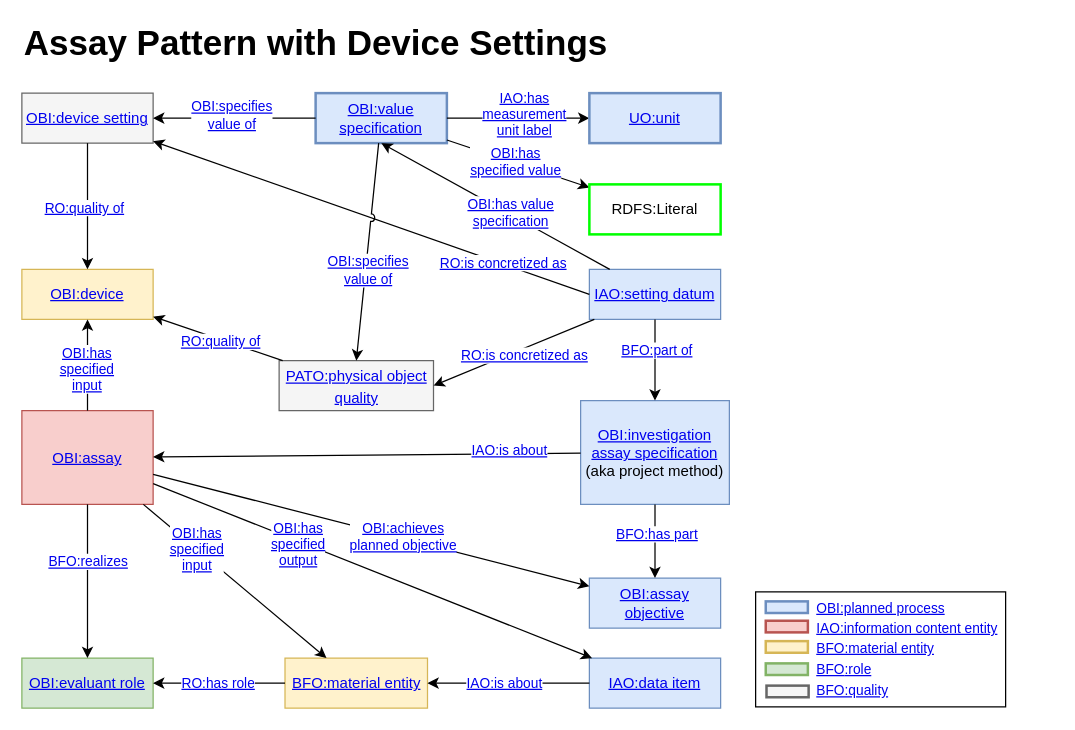
Before: page "Setting Data Pattern" (3 of 4) of docs/images/VIBSO_T-Box_graph_views.drawio in NFDI4Chem/VibrationalSpectroscopyOntology, a draw.io diagram. Source tidied: cells renumbered, new cells numbered last; positions are measured from the earlier drawing's top-left corner, leaving out a move shared by most shapes. Both pictures are drawn from the tidied source at 125%, with x=0, y=0 at pixel (21, 24).
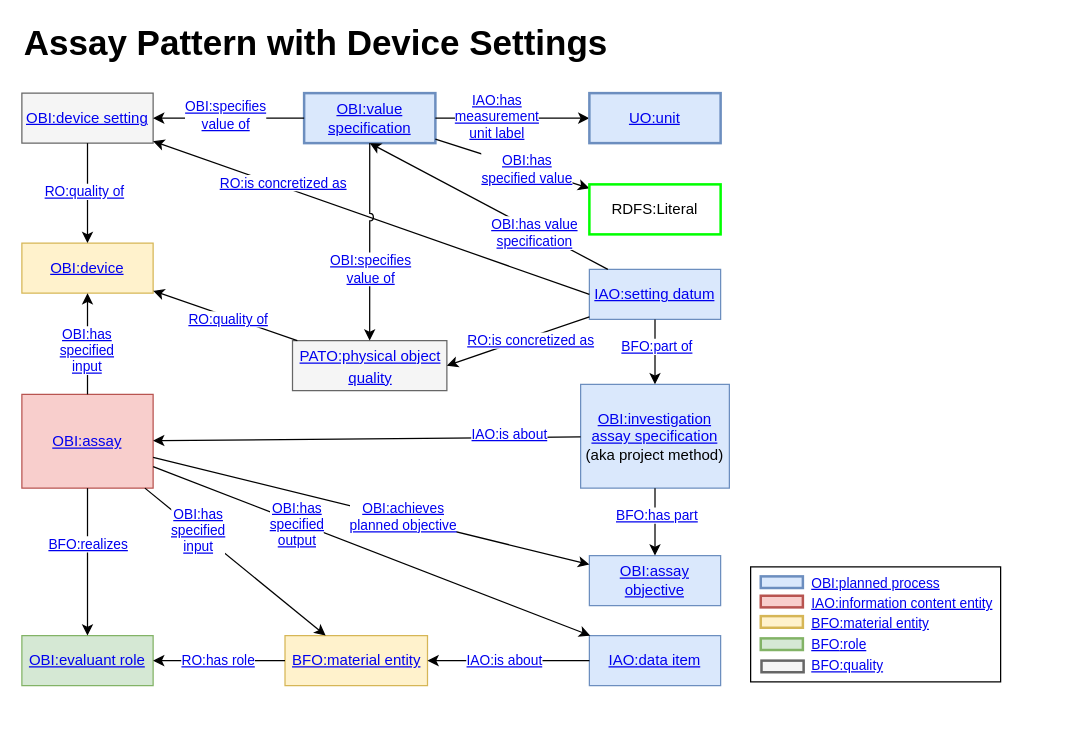
After the change.

What changed in the source:
```diff
@@
     <mxCell id="3" style="group;align=left;" parent="1" vertex="1">
-      <mxGeometry x="584" y="436" width="241" height="111" as="geometry" />
+      <mxGeometry x="580" y="416" width="241" height="111" as="geometry" />
     </mxCell>
@@
-    <mxCell id="15" style="group;" parent="1" vertex="1">
-      <mxGeometry y="55" width="566" height="492" as="geometry" />
-    </mxCell>
-    <mxCell id="16" style="edgeStyle=none;rounded=0;orthogonalLoop=1;jettySize=auto;html=1;exitX=1;exitY=0.25;exitDx=0;exitDy=0;fontSize=12;" parent="15" edge="1">
+    <mxCell id="16" style="edgeStyle=none;rounded=0;orthogonalLoop=1;jettySize=auto;html=1;exitX=1;exitY=0.25;exitDx=0;exitDy=0;fontSize=12;" parent="1" edge="1">
       <mxGeometry relative="1" as="geometry">
-        <mxPoint x="553" y="345" as="sourcePoint" />
-        <mxPoint x="553" y="345" as="targetPoint" />
+        <mxPoint x="553" y="400" as="sourcePoint" />
+        <mxPoint x="553" y="400" as="targetPoint" />
       </mxGeometry>
     </mxCell>
-    <mxCell id="17" value="&lt;a href=&quot;https://terminology.nfdi4chem.de/ts/ontologies/obi/terms?iri=http%3A%2F%2Fpurl.obolibrary.org%2Fobo%2FOBI_0000968&quot;&gt;OBI:device&lt;/a&gt;" style="rounded=0;whiteSpace=wrap;html=1;fillColor=#fff2cc;strokeColor=#d6b656;" parent="15" vertex="1">
-      <mxGeometry y="141" width="105" height="40" as="geometry" />
+    <mxCell id="17" value="&lt;a href=&quot;https://terminology.nfdi4chem.de/ts/ontologies/obi/terms?iri=http%3A%2F%2Fpurl.obolibrary.org%2Fobo%2FOBI_0000968&quot;&gt;OBI:device&lt;/a&gt;" style="rounded=0;whiteSpace=wrap;html=1;fillColor=#fff2cc;strokeColor=#d6b656;" parent="1" vertex="1">
+      <mxGeometry y="175" width="105" height="40" as="geometry" />
     </mxCell>
-    <mxCell id="18" value="&lt;a href=&quot;https://terminology.nfdi4chem.de/ts/ontologies/obi/terms?iri=http%3A%2F%2Fpurl.obolibrary.org%2Fobo%2FOBI_0000654&quot;&gt;OBI:device setting&lt;/a&gt;" style="rounded=0;whiteSpace=wrap;html=1;fillColor=#f5f5f5;strokeColor=#666666;fontColor=#333333;" parent="15" vertex="1">
-      <mxGeometry width="105" height="40" as="geometry" />
+    <mxCell id="18" value="&lt;a href=&quot;https://terminology.nfdi4chem.de/ts/ontologies/obi/terms?iri=http%3A%2F%2Fpurl.obolibrary.org%2Fobo%2FOBI_0000654&quot;&gt;OBI:device setting&lt;/a&gt;" style="rounded=0;whiteSpace=wrap;html=1;fillColor=#f5f5f5;strokeColor=#666666;fontColor=#333333;" parent="1" vertex="1">
+      <mxGeometry y="55" width="105" height="40" as="geometry" />
     </mxCell>
-    <mxCell id="19" style="rounded=0;jettySize=auto;html=1;" parent="15" edge="1" source="18" target="17">
+    <mxCell id="19" style="rounded=0;jettySize=auto;html=1;" parent="1" edge="1" source="18" target="17">
       <mxGeometry relative="1" as="geometry" />
     </mxCell>
@@
-    <mxCell id="21" value="&lt;div&gt;&lt;a href=&quot;https://terminology.nfdi4chem.de/ts/ontologies/vibso/terms?iri=http%3A%2F%2Fpurl.obolibrary.org%2Fobo%2FIAO_0000140&quot;&gt;IAO:setting datum&lt;/a&gt;&lt;br&gt;&lt;/div&gt;" style="rounded=0;whiteSpace=wrap;html=1;fillColor=#dae8fc;strokeColor=#6c8ebf;arcSize=15;glass=0;shadow=0;" parent="15" vertex="1">
-      <mxGeometry x="454" y="141" width="105" height="40" as="geometry" />
+    <mxCell id="21" value="&lt;div&gt;&lt;a href=&quot;https://terminology.nfdi4chem.de/ts/ontologies/vibso/terms?iri=http%3A%2F%2Fpurl.obolibrary.org%2Fobo%2FIAO_0000140&quot;&gt;IAO:setting datum&lt;/a&gt;&lt;br&gt;&lt;/div&gt;" style="rounded=0;whiteSpace=wrap;html=1;fillColor=#dae8fc;strokeColor=#6c8ebf;arcSize=15;glass=0;shadow=0;" parent="1" vertex="1">
+      <mxGeometry x="454" y="196" width="105" height="40" as="geometry" />
     </mxCell>
-    <mxCell id="22" value="&lt;div&gt;&lt;a href=&quot;https://terminology.nfdi4chem.de/ts/ontologies/obi/terms?iri=http%3A%2F%2Fpurl.obolibrary.org%2Fobo%2FOBI_0001896&quot;&gt;OBI:investigation&lt;/a&gt;&lt;/div&gt;&lt;div&gt;&lt;a href=&quot;https://terminology.nfdi4chem.de/ts/ontologies/obi/terms?iri=http%3A%2F%2Fpurl.obolibrary.org%2Fobo%2FOBI_0001896&quot;&gt;assay specification&lt;/a&gt;&lt;/div&gt;&lt;div&gt;(aka project method)&lt;/div&gt;" style="rounded=0;whiteSpace=wrap;html=1;fillColor=#dae8fc;strokeColor=#6c8ebf;" parent="15" vertex="1">
-      <mxGeometry x="447" y="246" width="119" height="83" as="geometry" />
+    <mxCell id="22" value="&lt;div&gt;&lt;a href=&quot;https://terminology.nfdi4chem.de/ts/ontologies/obi/terms?iri=http%3A%2F%2Fpurl.obolibrary.org%2Fobo%2FOBI_0001896&quot;&gt;OBI:investigation&lt;/a&gt;&lt;/div&gt;&lt;div&gt;&lt;a href=&quot;https://terminology.nfdi4chem.de/ts/ontologies/obi/terms?iri=http%3A%2F%2Fpurl.obolibrary.org%2Fobo%2FOBI_0001896&quot;&gt;assay specification&lt;/a&gt;&lt;/div&gt;&lt;div&gt;(aka project method)&lt;/div&gt;" style="rounded=0;whiteSpace=wrap;html=1;fillColor=#dae8fc;strokeColor=#6c8ebf;" parent="1" vertex="1">
+      <mxGeometry x="447" y="288" width="119" height="83" as="geometry" />
     </mxCell>
-    <mxCell id="23" style="edgeStyle=orthogonalEdgeStyle;rounded=0;orthogonalLoop=1;jettySize=auto;html=1;exitX=0.5;exitY=1;exitDx=0;exitDy=0;" parent="15" edge="1" source="22" target="22">
+    <mxCell id="23" style="edgeStyle=orthogonalEdgeStyle;rounded=0;orthogonalLoop=1;jettySize=auto;html=1;exitX=0.5;exitY=1;exitDx=0;exitDy=0;" parent="1" edge="1" source="22" target="22">
       <mxGeometry relative="1" as="geometry" />
     </mxCell>
-    <mxCell id="24" value="&lt;a href=&quot;https://terminology.nfdi4chem.de/ts/ontologies/pato/terms?iri=http%3A%2F%2Fpurl.obolibrary.org%2Fobo%2FPATO_0001241&quot;&gt;&lt;font style=&quot;font-size: 12px;&quot;&gt;PATO:physical object quality&lt;/font&gt;&lt;/a&gt;" style="rounded=0;whiteSpace=wrap;html=1;glass=0;fillColor=#f5f5f5;fontStyle=0;fontSize=14;shadow=0;strokeColor=#666666;strokeWidth=1;fontColor=#333333;fontFamily=Helvetica;" parent="15" vertex="1">
-      <mxGeometry x="205.8" y="214" width="123.5" height="40" as="geometry" />
+    <mxCell id="24" value="&lt;a href=&quot;https://terminology.nfdi4chem.de/ts/ontologies/pato/terms?iri=http%3A%2F%2Fpurl.obolibrary.org%2Fobo%2FPATO_0001241&quot;&gt;&lt;font style=&quot;font-size: 12px;&quot;&gt;PATO:physical object quality&lt;/font&gt;&lt;/a&gt;" style="rounded=0;whiteSpace=wrap;html=1;glass=0;fillColor=#f5f5f5;fontStyle=0;fontSize=14;shadow=0;strokeColor=#666666;strokeWidth=1;fontColor=#333333;fontFamily=Helvetica;" parent="1" vertex="1">
+      <mxGeometry x="216.5" y="253" width="123.5" height="40" as="geometry" />
     </mxCell>
-    <mxCell id="25" style="rounded=0;jettySize=auto;html=1;fontSize=14;" parent="15" edge="1" source="24" target="17">
+    <mxCell id="25" style="rounded=0;jettySize=auto;html=1;fontSize=14;" parent="1" edge="1" source="24" target="17">
       <mxGeometry relative="1" as="geometry" />
     </mxCell>
@@
-    <mxCell id="27" style="rounded=0;jettySize=auto;html=1;exitX=0;exitY=0.5;exitDx=0;exitDy=0;" parent="15" edge="1" source="21" target="18">
+    <mxCell id="27" style="rounded=0;jettySize=auto;html=1;exitX=0;exitY=0.5;exitDx=0;exitDy=0;" parent="1" edge="1" source="21" target="18">
       <mxGeometry relative="1" as="geometry" />
     </mxCell>
     <mxCell id="28" value="&lt;a href=&quot;https://terminology.nfdi4chem.de/ts/ontologies/ro/props?iri=http%3A%2F%2Fpurl.obolibrary.org%2Fobo%2FRO_0000058&quot;&gt;RO:is concretized as&lt;/a&gt;" style="edgeLabel;html=1;align=center;verticalAlign=middle;" parent="27" vertex="1">
       <mxGeometry x="0.11" y="-1" relative="1" as="geometry">
-        <mxPoint x="124" y="43" as="offset" />
+        <mxPoint x="-52" y="-21" as="offset" />
       </mxGeometry>
     </mxCell>
-    <mxCell id="29" value="&lt;a href=&quot;https://terminology.nfdi4chem.de/ts/ontologies/obi/terms?iri=http%3A%2F%2Fpurl.obolibrary.org%2Fobo%2FOBI_0001933&quot;&gt;OBI:value specification&lt;/a&gt;" style="rounded=0;whiteSpace=wrap;html=1;fontSize=12;fontFamily=Helvetica;fillColor=#dae8fc;strokeColor=#6c8ebf;strokeWidth=2;" parent="15" vertex="1">
-      <mxGeometry x="235" width="105" height="40" as="geometry" />
+    <mxCell id="29" value="&lt;a href=&quot;https://terminology.nfdi4chem.de/ts/ontologies/obi/terms?iri=http%3A%2F%2Fpurl.obolibrary.org%2Fobo%2FOBI_0001933&quot;&gt;OBI:value specification&lt;/a&gt;" style="rounded=0;whiteSpace=wrap;html=1;fontSize=12;fontFamily=Helvetica;fillColor=#dae8fc;strokeColor=#6c8ebf;strokeWidth=2;" parent="1" vertex="1">
+      <mxGeometry x="225.8" y="55" width="105" height="40" as="geometry" />
     </mxCell>
-    <mxCell id="30" style="rounded=0;jettySize=auto;html=1;jumpStyle=arc;" parent="15" edge="1" source="29" target="18">
+    <mxCell id="30" style="rounded=0;jettySize=auto;html=1;jumpStyle=arc;" parent="1" edge="1" source="29" target="18">
       <mxGeometry relative="1" as="geometry" />
     </mxCell>
@@
-    <mxCell id="32" style="rounded=0;jettySize=auto;html=1;jumpStyle=arc;fontColor=#000000;strokeColor=#000000;" parent="15" edge="1" source="29" target="34">
+    <mxCell id="32" style="rounded=0;jettySize=auto;html=1;jumpStyle=arc;fontColor=#000000;strokeColor=#000000;" parent="1" edge="1" source="29" target="34">
       <mxGeometry relative="1" as="geometry" />
     </mxCell>
     <mxCell id="33" value="&lt;div&gt;&lt;a href=&quot;https://terminology.nfdi4chem.de/ts/ontologies/iao/props?iri=http%3A%2F%2Fpurl.obolibrary.org%2Fobo%2FIAO_0000039&quot;&gt;IAO:has &lt;br&gt;measurement &lt;br&gt;&lt;/a&gt;&lt;div class=&quot;col-sm-8 col-md-9 node-metadata-value&quot;&gt;&lt;a href=&quot;https://terminology.nfdi4chem.de/ts/ontologies/iao/props?iri=http%3A%2F%2Fpurl.obolibrary.org%2Fobo%2FIAO_0000039&quot;&gt;unit label&lt;/a&gt;&lt;/div&gt;&lt;/div&gt;" style="edgeLabel;html=1;align=center;verticalAlign=middle;fontColor=#000000;" parent="32" vertex="1">
       <mxGeometry x="-0.21" y="1" relative="1" as="geometry">
-        <mxPoint x="16" y="-3" as="offset" />
+        <mxPoint y="-1" as="offset" />
       </mxGeometry>
     </mxCell>
-    <mxCell id="34" value="&lt;a href=&quot;https://terminology.nfdi4chem.de/ts/ontologies/uo/terms?iri=http%3A%2F%2Fpurl.obolibrary.org%2Fobo%2FUO_0000000&quot;&gt;UO:unit&lt;/a&gt;" style="rounded=0;whiteSpace=wrap;html=1;fontSize=12;fontFamily=Helvetica;fillColor=#dae8fc;strokeColor=#6c8ebf;strokeWidth=2;" parent="15" vertex="1">
-      <mxGeometry x="454" width="105" height="40" as="geometry" />
+    <mxCell id="34" value="&lt;a href=&quot;https://terminology.nfdi4chem.de/ts/ontologies/uo/terms?iri=http%3A%2F%2Fpurl.obolibrary.org%2Fobo%2FUO_0000000&quot;&gt;UO:unit&lt;/a&gt;" style="rounded=0;whiteSpace=wrap;html=1;fontSize=12;fontFamily=Helvetica;fillColor=#dae8fc;strokeColor=#6c8ebf;strokeWidth=2;" parent="1" vertex="1">
+      <mxGeometry x="454" y="55" width="105" height="40" as="geometry" />
     </mxCell>
-    <mxCell id="35" style="edgeStyle=none;rounded=0;jumpStyle=arc;jettySize=auto;html=1;fontSize=14;" parent="15" edge="1" source="29" target="37">
+    <mxCell id="35" style="edgeStyle=none;rounded=0;jumpStyle=arc;jettySize=auto;html=1;fontSize=14;" parent="1" edge="1" source="29" target="37">
       <mxGeometry relative="1" as="geometry" />
     </mxCell>
     <mxCell id="36" value="&lt;div style=&quot;font-size: 11px;&quot;&gt;&lt;a href=&quot;https://terminology.nfdi4chem.de/ts/ontologies/obi/props?iri=http%3A%2F%2Fpurl.obolibrary.org%2Fobo%2FOBI_0002135&quot;&gt;&lt;font style=&quot;font-size: 11px;&quot;&gt;OBI:has&lt;/font&gt;&lt;/a&gt;&lt;/div&gt;&lt;div style=&quot;font-size: 11px;&quot;&gt;&lt;a href=&quot;https://terminology.nfdi4chem.de/ts/ontologies/obi/props?iri=http%3A%2F%2Fpurl.obolibrary.org%2Fobo%2FOBI_0002135&quot;&gt;&lt;font style=&quot;font-size: 11px;&quot;&gt;specified value&lt;/font&gt;&lt;/a&gt;&lt;/div&gt;" style="edgeLabel;html=1;align=center;verticalAlign=middle;" parent="35" vertex="1">
       <mxGeometry x="-0.13" y="-1" relative="1" as="geometry">
-        <mxPoint x="5" as="offset" />
+        <mxPoint x="20" y="6" as="offset" />
       </mxGeometry>
     </mxCell>
-    <mxCell id="37" value="RDFS:Literal" style="rounded=0;whiteSpace=wrap;html=1;strokeColor=#00FF00;strokeWidth=2;fontSize=12;" parent="15" vertex="1">
-      <mxGeometry x="454" y="73" width="105" height="40" as="geometry" />
+    <mxCell id="37" value="RDFS:Literal" style="rounded=0;whiteSpace=wrap;html=1;strokeColor=#00FF00;strokeWidth=2;fontSize=12;" parent="1" vertex="1">
+      <mxGeometry x="454" y="128" width="105" height="40" as="geometry" />
     </mxCell>
-    <mxCell id="38" value="&lt;div&gt;&lt;a href=&quot;https://terminology.nfdi4chem.de/ts/ontologies/obi/terms?iri=http%3A%2F%2Fpurl.obolibrary.org%2Fobo%2FOBI_0000070&quot;&gt;OBI:assay&lt;/a&gt;&lt;/div&gt;" style="rounded=0;whiteSpace=wrap;html=1;fillColor=#f8cecc;strokeColor=#b85450;align=center;" parent="15" vertex="1">
-      <mxGeometry y="254" width="105" height="75" as="geometry" />
+    <mxCell id="38" value="&lt;div&gt;&lt;a href=&quot;https://terminology.nfdi4chem.de/ts/ontologies/obi/terms?iri=http%3A%2F%2Fpurl.obolibrary.org%2Fobo%2FOBI_0000070&quot;&gt;OBI:assay&lt;/a&gt;&lt;/div&gt;" style="rounded=0;whiteSpace=wrap;html=1;fillColor=#f8cecc;strokeColor=#b85450;align=center;" parent="1" vertex="1">
+      <mxGeometry y="296" width="105" height="75" as="geometry" />
     </mxCell>
-    <mxCell id="39" value="&lt;div&gt;&lt;div&gt;&lt;a href=&quot;https://terminology.nfdi4chem.de/ts/ontologies/vibso/terms?iri=http%3A%2F%2Fpurl.obolibrary.org%2Fobo%2FIAO_0000027&quot;&gt;IAO:data item&lt;/a&gt;&lt;/div&gt;&lt;/div&gt;" style="rounded=0;whiteSpace=wrap;html=1;fillColor=#dae8fc;strokeColor=#6c8ebf;arcSize=15;glass=0;shadow=0;" parent="15" vertex="1">
-      <mxGeometry x="454" y="452" width="105" height="40" as="geometry" />
+    <mxCell id="39" value="&lt;div&gt;&lt;div&gt;&lt;a href=&quot;https://terminology.nfdi4chem.de/ts/ontologies/vibso/terms?iri=http%3A%2F%2Fpurl.obolibrary.org%2Fobo%2FIAO_0000027&quot;&gt;IAO:data item&lt;/a&gt;&lt;/div&gt;&lt;/div&gt;" style="rounded=0;whiteSpace=wrap;html=1;fillColor=#dae8fc;strokeColor=#6c8ebf;arcSize=15;glass=0;shadow=0;" parent="1" vertex="1">
+      <mxGeometry x="454" y="489" width="105" height="40" as="geometry" />
     </mxCell>
-    <mxCell id="40" style="rounded=0;jettySize=auto;html=1;jumpStyle=arc;" parent="15" edge="1" source="38" target="39">
+    <mxCell id="40" style="rounded=0;jettySize=auto;html=1;jumpStyle=arc;" parent="1" edge="1" source="38" target="39">
       <mxGeometry relative="1" as="geometry" />
     </mxCell>
@@
-    <mxCell id="42" value="&lt;a href=&quot;https://terminology.nfdi4chem.de/ts/ontologies/bfo/terms?iri=http%3A%2F%2Fpurl.obolibrary.org%2Fobo%2FBFO_0000040&quot;&gt;BFO:material entity&lt;/a&gt;" style="rounded=0;whiteSpace=wrap;html=1;fillColor=#fff2cc;strokeColor=#d6b656;" parent="15" vertex="1">
-      <mxGeometry x="210.5" y="452" width="114" height="40" as="geometry" />
+    <mxCell id="42" value="&lt;a href=&quot;https://terminology.nfdi4chem.de/ts/ontologies/bfo/terms?iri=http%3A%2F%2Fpurl.obolibrary.org%2Fobo%2FBFO_0000040&quot;&gt;BFO:material entity&lt;/a&gt;" style="rounded=0;whiteSpace=wrap;html=1;fillColor=#fff2cc;strokeColor=#d6b656;" parent="1" vertex="1">
+      <mxGeometry x="210.5" y="489" width="114" height="40" as="geometry" />
     </mxCell>
-    <mxCell id="43" style="rounded=0;jettySize=auto;html=1;" parent="15" edge="1" source="38" target="42">
+    <mxCell id="43" style="rounded=0;jettySize=auto;html=1;" parent="1" edge="1" source="38" target="42">
       <mxGeometry relative="1" as="geometry" />
     </mxCell>
@@
-    <mxCell id="45" value="&lt;a href=&quot;https://terminology.nfdi4chem.de/ts/ontologies/obi/terms?iri=http%3A%2F%2Fpurl.obolibrary.org%2Fobo%2FOBI_0000067&quot;&gt;OBI:evaluant role&lt;/a&gt;" style="rounded=0;whiteSpace=wrap;html=1;fillColor=#d5e8d4;strokeColor=#82b366;" parent="15" vertex="1">
-      <mxGeometry y="452" width="105" height="40" as="geometry" />
+    <mxCell id="45" value="&lt;a href=&quot;https://terminology.nfdi4chem.de/ts/ontologies/obi/terms?iri=http%3A%2F%2Fpurl.obolibrary.org%2Fobo%2FOBI_0000067&quot;&gt;OBI:evaluant role&lt;/a&gt;" style="rounded=0;whiteSpace=wrap;html=1;fillColor=#d5e8d4;strokeColor=#82b366;" parent="1" vertex="1">
+      <mxGeometry y="489" width="105" height="40" as="geometry" />
     </mxCell>
-    <mxCell id="46" style="rounded=0;jettySize=auto;html=1;" parent="15" edge="1" source="42" target="45">
+    <mxCell id="46" style="rounded=0;jettySize=auto;html=1;" parent="1" edge="1" source="42" target="45">
       <mxGeometry relative="1" as="geometry" />
     </mxCell>
@@
-    <mxCell id="48" style="rounded=0;jettySize=auto;html=1;jumpStyle=arc;" parent="15" edge="1" source="38" target="45">
+    <mxCell id="48" style="rounded=0;jettySize=auto;html=1;jumpStyle=arc;" parent="1" edge="1" source="38" target="45">
       <mxGeometry relative="1" as="geometry" />
     </mxCell>
@@
-    <mxCell id="50" value="&lt;a href=&quot;https://terminology.nfdi4chem.de/ts/ontologies/obi/terms?iri=http%3A%2F%2Fpurl.obolibrary.org%2Fobo%2FOBI_0000441&quot;&gt;OBI:assay objective&lt;/a&gt;" style="rounded=0;whiteSpace=wrap;html=1;fillColor=#dae8fc;strokeColor=#6c8ebf;" parent="15" vertex="1">
-      <mxGeometry x="454" y="388" width="105" height="40" as="geometry" />
+    <mxCell id="50" value="&lt;a href=&quot;https://terminology.nfdi4chem.de/ts/ontologies/obi/terms?iri=http%3A%2F%2Fpurl.obolibrary.org%2Fobo%2FOBI_0000441&quot;&gt;OBI:assay objective&lt;/a&gt;" style="rounded=0;whiteSpace=wrap;html=1;fillColor=#dae8fc;strokeColor=#6c8ebf;" parent="1" vertex="1">
+      <mxGeometry x="454" y="425" width="105" height="40" as="geometry" />
     </mxCell>
-    <mxCell id="51" style="rounded=0;jettySize=auto;html=1;" parent="15" edge="1" source="38" target="50">
+    <mxCell id="51" style="rounded=0;jettySize=auto;html=1;" parent="1" edge="1" source="38" target="50">
       <mxGeometry relative="1" as="geometry" />
     </mxCell>
@@
-    <mxCell id="53" style="rounded=0;jettySize=auto;html=1;jumpStyle=arc;strokeColor=#000000;fontColor=#000000;" parent="15" edge="1" source="39" target="42">
+    <mxCell id="53" style="rounded=0;jettySize=auto;html=1;jumpStyle=arc;strokeColor=#000000;fontColor=#000000;" parent="1" edge="1" source="39" target="42">
       <mxGeometry relative="1" as="geometry" />
     </mxCell>
@@
-    <mxCell id="55" style="rounded=0;jettySize=auto;html=1;" parent="15" edge="1" source="38" target="17">
+    <mxCell id="55" style="rounded=0;jettySize=auto;html=1;" parent="1" edge="1" source="38" target="17">
       <mxGeometry relative="1" as="geometry" />
     </mxCell>
@@
-    <mxCell id="57" style="rounded=0;jettySize=auto;html=1;jumpStyle=arc;fontColor=#000000;strokeColor=#000000;" parent="15" edge="1" source="22" target="50">
+    <mxCell id="57" style="rounded=0;jettySize=auto;html=1;jumpStyle=arc;fontColor=#000000;strokeColor=#000000;" parent="1" edge="1" source="22" target="50">
       <mxGeometry relative="1" as="geometry" />
     </mxCell>
@@
-    <mxCell id="59" style="rounded=0;jettySize=auto;html=1;jumpStyle=arc;" parent="15" edge="1" source="22" target="38">
+    <mxCell id="59" style="rounded=0;jettySize=auto;html=1;jumpStyle=arc;" parent="1" edge="1" source="22" target="38">
       <mxGeometry relative="1" as="geometry" />
     </mxCell>
@@
-    <mxCell id="61" style="rounded=0;jettySize=auto;html=1;entryX=1;entryY=0.5;entryDx=0;entryDy=0;" parent="15" edge="1" source="21" target="24">
+    <mxCell id="61" style="rounded=0;jettySize=auto;html=1;entryX=1;entryY=0.5;entryDx=0;entryDy=0;" parent="1" edge="1" source="21" target="24">
       <mxGeometry relative="1" as="geometry" />
     </mxCell>
@@
-    <mxCell id="63" style="rounded=0;jettySize=auto;html=1;" parent="15" edge="1" source="21" target="22">
+    <mxCell id="63" style="rounded=0;jettySize=auto;html=1;" parent="1" edge="1" source="21" target="22">
       <mxGeometry relative="1" as="geometry" />
     </mxCell>
@@
-    <mxCell id="65" style="rounded=0;jettySize=auto;html=1;entryX=0.5;entryY=1;entryDx=0;entryDy=0;" parent="15" edge="1" source="21" target="29">
+    <mxCell id="65" style="rounded=0;jettySize=auto;html=1;entryX=0.5;entryY=1;entryDx=0;entryDy=0;" parent="1" edge="1" source="21" target="29">
       <mxGeometry relative="1" as="geometry" />
     </mxCell>
     <mxCell id="66" value="&lt;a href=&quot;https://terminology.nfdi4chem.de/ts/ontologies/obi/props?iri=http%3A%2F%2Fpurl.obolibrary.org%2Fobo%2FOBI_0001938&quot;&gt;OBI:has value&lt;br&gt;specification&lt;/a&gt;" style="edgeLabel;html=1;align=center;verticalAlign=middle;" parent="65" vertex="1">
       <mxGeometry x="-0.1" y="2" relative="1" as="geometry">
-        <mxPoint x="3" y="-2" as="offset" />
+        <mxPoint x="27" y="14" as="offset" />
       </mxGeometry>
     </mxCell>
-    <mxCell id="67" style="rounded=0;jettySize=auto;html=1;jumpStyle=arc;entryX=0.5;entryY=0;entryDx=0;entryDy=0;" parent="15" edge="1" source="29" target="24">
+    <mxCell id="67" style="rounded=0;jettySize=auto;html=1;jumpStyle=arc;entryX=0.5;entryY=0;entryDx=0;entryDy=0;" parent="1" edge="1" source="29" target="24">
       <mxGeometry relative="1" as="geometry" />
     </mxCell>
     <mxCell id="68" value="&lt;div style=&quot;font-size: 11px;&quot;&gt;&lt;a href=&quot;https://terminology.nfdi4chem.de/ts/ontologies/obi/props?iri=http%3A%2F%2Fpurl.obolibrary.org%2Fobo%2FOBI_0001927&quot;&gt;&lt;font style=&quot;font-size: 11px;&quot;&gt;OBI:specifies&lt;/font&gt;&lt;/a&gt;&lt;/div&gt;&lt;div style=&quot;font-size: 11px;&quot;&gt;&lt;a href=&quot;https://terminology.nfdi4chem.de/ts/ontologies/obi/props?iri=http%3A%2F%2Fpurl.obolibrary.org%2Fobo%2FOBI_0001927&quot;&gt;&lt;font style=&quot;font-size: 11px;&quot;&gt;value of&lt;/font&gt;&lt;/a&gt;&lt;/div&gt;" style="edgeLabel;html=1;align=center;verticalAlign=middle;" parent="67" vertex="1">
       <mxGeometry x="0.04" y="-3" relative="1" as="geometry">
-        <mxPoint x="3" y="11" as="offset" />
+        <mxPoint x="3" y="19" as="offset" />
       </mxGeometry>
     </mxCell>
```
